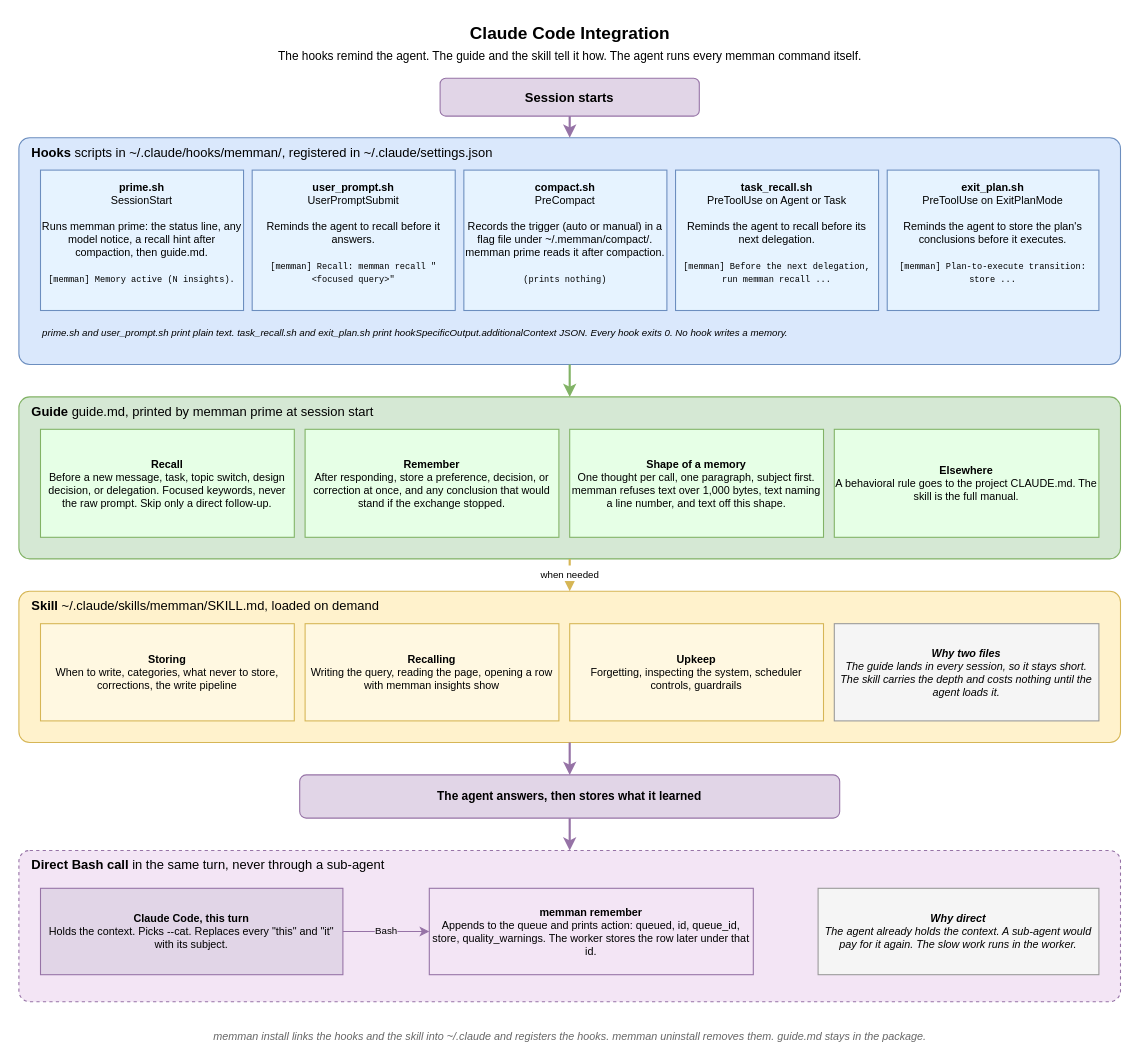
The draw.io diagram docs/diagrams/06-integration.drawio in bissli/memman, before the edit. Source tidied: cells renumbered, new cells numbered last; positions are measured from the earlier drawing's top-left corner, leaving out a move shared by most shapes. Both pictures are drawn from the tidied source at 108%, with x=0, y=0 at pixel (18, 18).
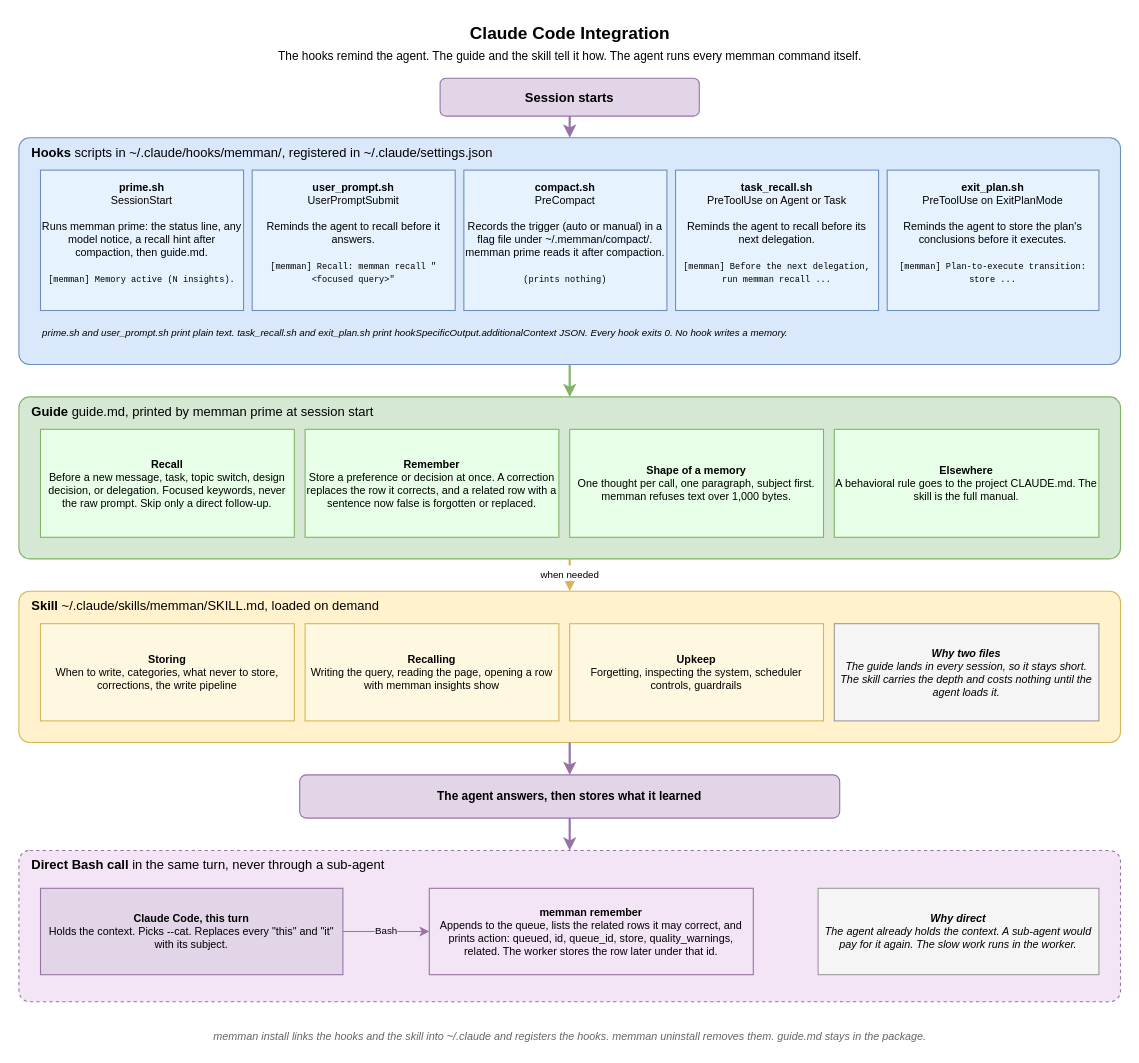
After the change.

Commit message (it also covers changes not shown here):
Bring the docs, diagrams and guide in line with related

Diff of the diagram source:
```diff
@@
-    <mxCell id="13" value="&lt;b&gt;Remember&lt;/b&gt;&lt;br&gt;After responding, store a preference, decision, or correction at once, and any conclusion that would stand if the exchange stopped." style="rounded=0;whiteSpace=wrap;html=1;fillColor=#E6FFE6;strokeColor=#82b366;fontSize=10;" parent="1" vertex="1">
+    <mxCell id="13" value="&lt;b&gt;Remember&lt;/b&gt;&lt;br&gt;Store a preference or decision at once. A correction replaces the row it corrects, and a related row with a sentence now false is forgotten or replaced." style="rounded=0;whiteSpace=wrap;html=1;fillColor=#E6FFE6;strokeColor=#82b366;fontSize=10;" parent="1" vertex="1">
       <mxGeometry x="265" y="380" width="235" height="100" as="geometry" />
     </mxCell>
-    <mxCell id="14" value="&lt;b&gt;Shape of a memory&lt;/b&gt;&lt;br&gt;One thought per call, one paragraph, subject first. memman refuses text over 1,000 bytes, text naming a line number, and text off this shape." style="rounded=0;whiteSpace=wrap;html=1;fillColor=#E6FFE6;strokeColor=#82b366;fontSize=10;" parent="1" vertex="1">
+    <mxCell id="14" value="&lt;b&gt;Shape of a memory&lt;/b&gt;&lt;br&gt;One thought per call, one paragraph, subject first. memman refuses text over 1,000 bytes." style="rounded=0;whiteSpace=wrap;html=1;fillColor=#E6FFE6;strokeColor=#82b366;fontSize=10;" parent="1" vertex="1">
       <mxGeometry x="510" y="380" width="235" height="100" as="geometry" />
     </mxCell>
@@
-    <mxCell id="24" value="&lt;b&gt;memman remember&lt;/b&gt;&lt;br&gt;Appends to the queue and prints action: queued, id, queue_id, store, quality_warnings. The worker stores the row later under that id." style="rounded=0;whiteSpace=wrap;html=1;fillColor=#F3E5F5;strokeColor=#9673a6;fontSize=10;" parent="1" vertex="1">
+    <mxCell id="24" value="&lt;b&gt;memman remember&lt;/b&gt;&lt;br&gt;Appends to the queue, lists the related rows it may correct, and prints action: queued, id, queue_id, store, quality_warnings, related. The worker stores the row later under that id." style="rounded=0;whiteSpace=wrap;html=1;fillColor=#F3E5F5;strokeColor=#9673a6;fontSize=10;" parent="1" vertex="1">
       <mxGeometry x="380" y="805" width="300" height="80" as="geometry" />
     </mxCell>
```
